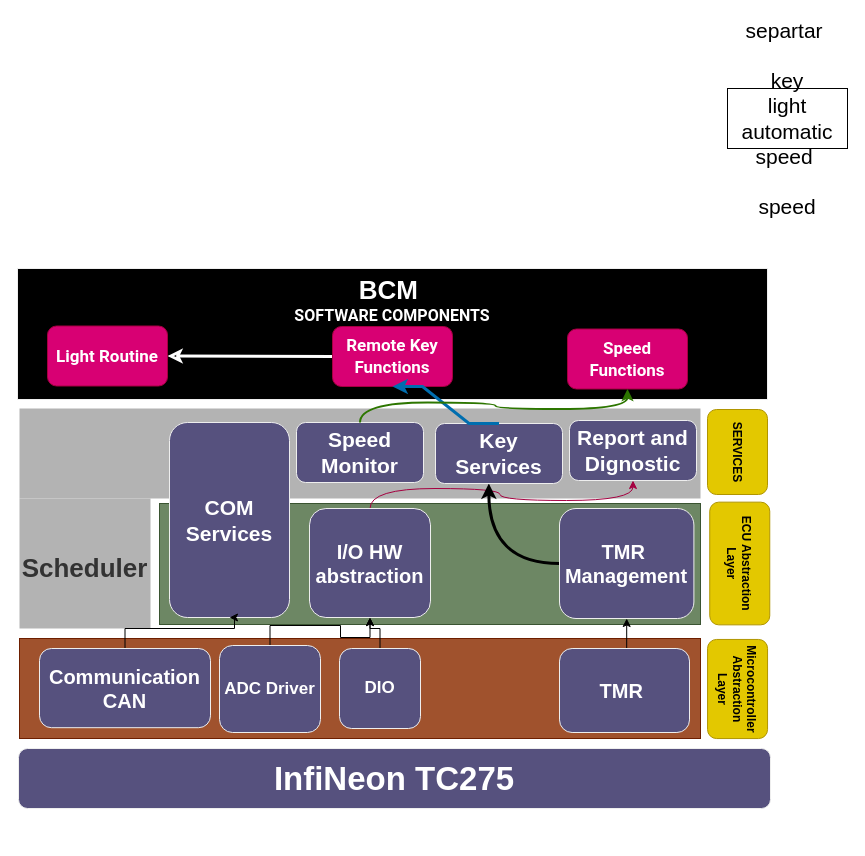
Above: page "Página-1" (1 of 4) of PrimerVersion.drawio in juankcl/ContiDiagrams (draw.io), before the change. Source tidied: cells renumbered, new cells numbered last; positions are measured from the earlier drawing's top-left corner, leaving out a move shared by most shapes. Both pictures are drawn from the tidied source at 100%, with x=0, y=0 at pixel (17, 88).
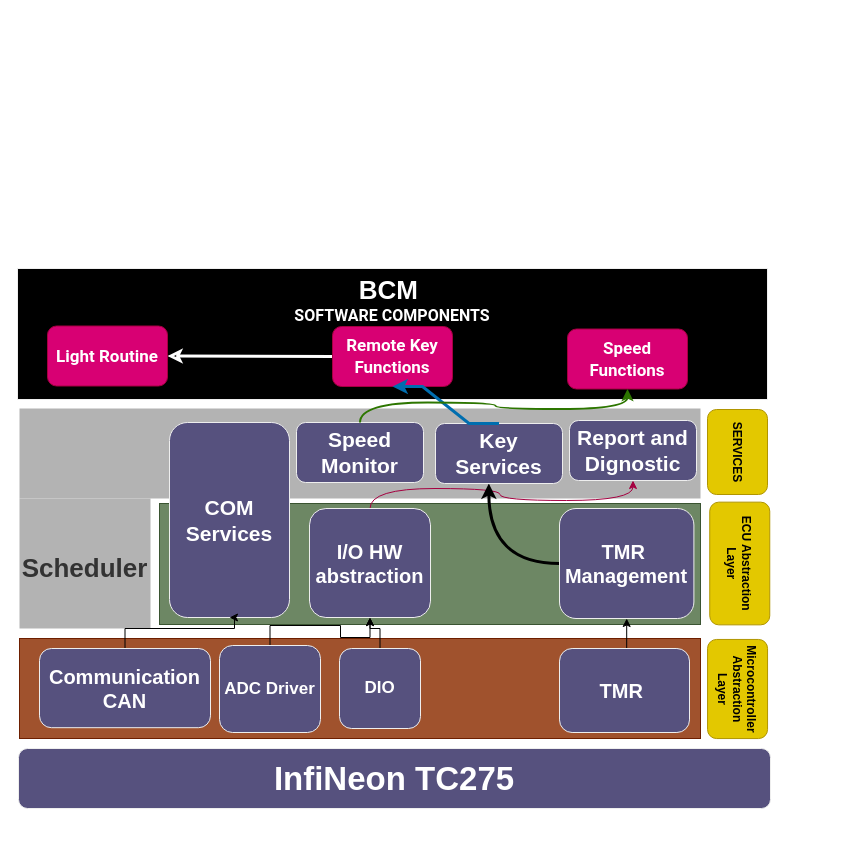
The same page after the edit.

Diff of the diagram source:
```diff
@@
-    <mxCell id="29" value="separtar&amp;nbsp;&lt;br&gt;&lt;br&gt;key&lt;br&gt;light&lt;br&gt;automatic speed&amp;nbsp;&lt;br&gt;&lt;br&gt;speed" style="rounded=0;whiteSpace=wrap;html=1;fontSize=21;" parent="1" vertex="1">
-      <mxGeometry x="710" width="120" height="60" as="geometry" />
-    </mxCell>
```
